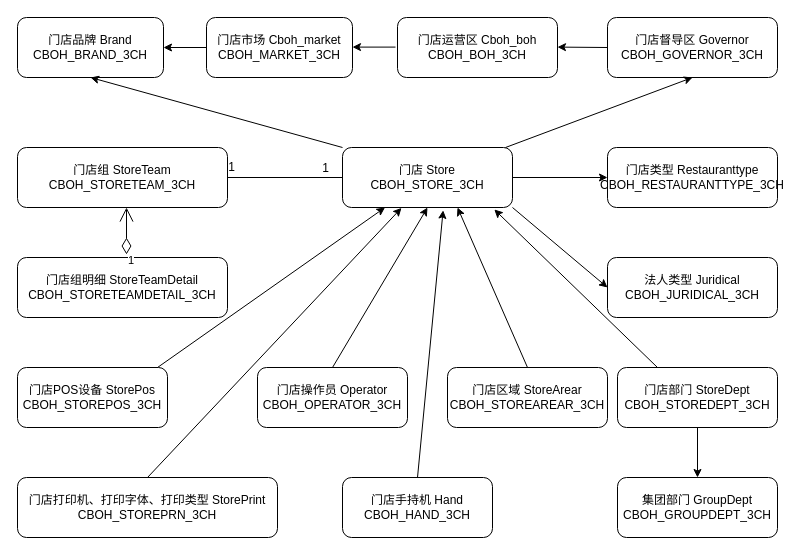
The draw.io diagram 门店.drawio in liuchenwei2000/diagram, before the edit. Source tidied: cells renumbered, new cells numbered last; positions are measured from the earlier drawing's top-left corner, leaving out a move shared by most shapes. Both pictures are drawn from the tidied source at 100%, with x=0, y=0 at pixel (17, 17).
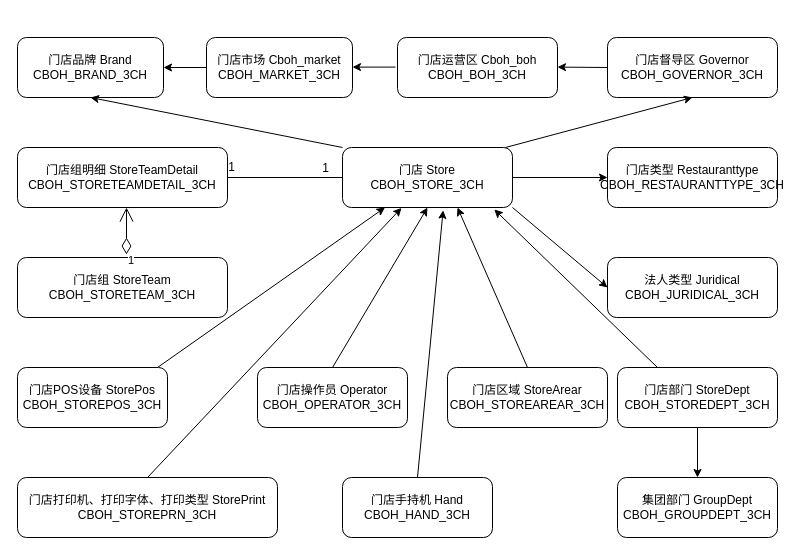
Above is the later version.

The edit, as a diff of the source:
```diff
@@
     <mxCell id="2" value="门店市场 Cboh_market&lt;br&gt;CBOH_MARKET_3CH" style="rounded=1;whiteSpace=wrap;html=1;" parent="1" vertex="1">
-      <mxGeometry x="189" width="146" height="60" as="geometry" />
+      <mxGeometry x="189" y="20" width="146" height="60" as="geometry" />
     </mxCell>
     <mxCell id="3" value="门店品牌 Brand&lt;br&gt;CBOH_BRAND_3CH" style="rounded=1;whiteSpace=wrap;html=1;" parent="1" vertex="1">
-      <mxGeometry width="146" height="60" as="geometry" />
+      <mxGeometry y="20" width="146" height="60" as="geometry" />
     </mxCell>
     <mxCell id="4" value="门店运营区 Cboh_boh&lt;br&gt;CBOH_BOH_3CH" style="rounded=1;whiteSpace=wrap;html=1;" parent="1" vertex="1">
-      <mxGeometry x="380" width="160" height="60" as="geometry" />
+      <mxGeometry x="380" y="20" width="160" height="60" as="geometry" />
     </mxCell>
-    <mxCell id="5" value="门店组明细 StoreTeamDetail&lt;br&gt;CBOH_STORETEAMDETAIL_3CH" style="rounded=1;whiteSpace=wrap;html=1;" parent="1" vertex="1">
+    <mxCell id="5" value="门店组 StoreTeam&lt;br&gt;CBOH_STORETEAM_3CH" style="rounded=1;whiteSpace=wrap;html=1;" parent="1" vertex="1">
       <mxGeometry y="240" width="210" height="60" as="geometry" />
     </mxCell>
@@
     <mxCell id="7" value="门店督导区 Governor&lt;br&gt;CBOH_GOVERNOR_3CH" style="rounded=1;whiteSpace=wrap;html=1;" parent="1" vertex="1">
-      <mxGeometry x="590" width="170" height="60" as="geometry" />
+      <mxGeometry x="590" y="20" width="170" height="60" as="geometry" />
     </mxCell>
@@
-    <mxCell id="9" value="门店组 StoreTeam&lt;br&gt;CBOH_STORETEAM_3CH" style="rounded=1;whiteSpace=wrap;html=1;" parent="1" vertex="1">
+    <mxCell id="9" value="门店组明细 StoreTeamDetail&lt;br&gt;CBOH_STORETEAMDETAIL_3CH" style="rounded=1;whiteSpace=wrap;html=1;" parent="1" vertex="1">
       <mxGeometry y="130" width="210" height="60" as="geometry" />
     </mxCell>
@@
     <mxCell id="19" style="endArrow=classic;html=1;entryX=1;entryY=0.5;entryDx=0;entryDy=0;exitX=0;exitY=0.5;exitDx=0;exitDy=0;" parent="1" edge="1">
       <mxGeometry relative="1" as="geometry">
-        <mxPoint x="378" y="29.6" as="sourcePoint" />
-        <mxPoint x="335" y="29.6" as="targetPoint" />
+        <mxPoint x="378" y="49.6" as="sourcePoint" />
+        <mxPoint x="335" y="49.6" as="targetPoint" />
       </mxGeometry>
     </mxCell>
     <mxCell id="20" style="endArrow=classic;html=1;entryX=1;entryY=0.5;entryDx=0;entryDy=0;exitX=0;exitY=0.5;exitDx=0;exitDy=0;" parent="1" edge="1" source="7">
       <mxGeometry relative="1" as="geometry">
-        <mxPoint x="540" y="29.6" as="targetPoint" />
+        <mxPoint x="540" y="49.6" as="targetPoint" />
       </mxGeometry>
     </mxCell>
```
